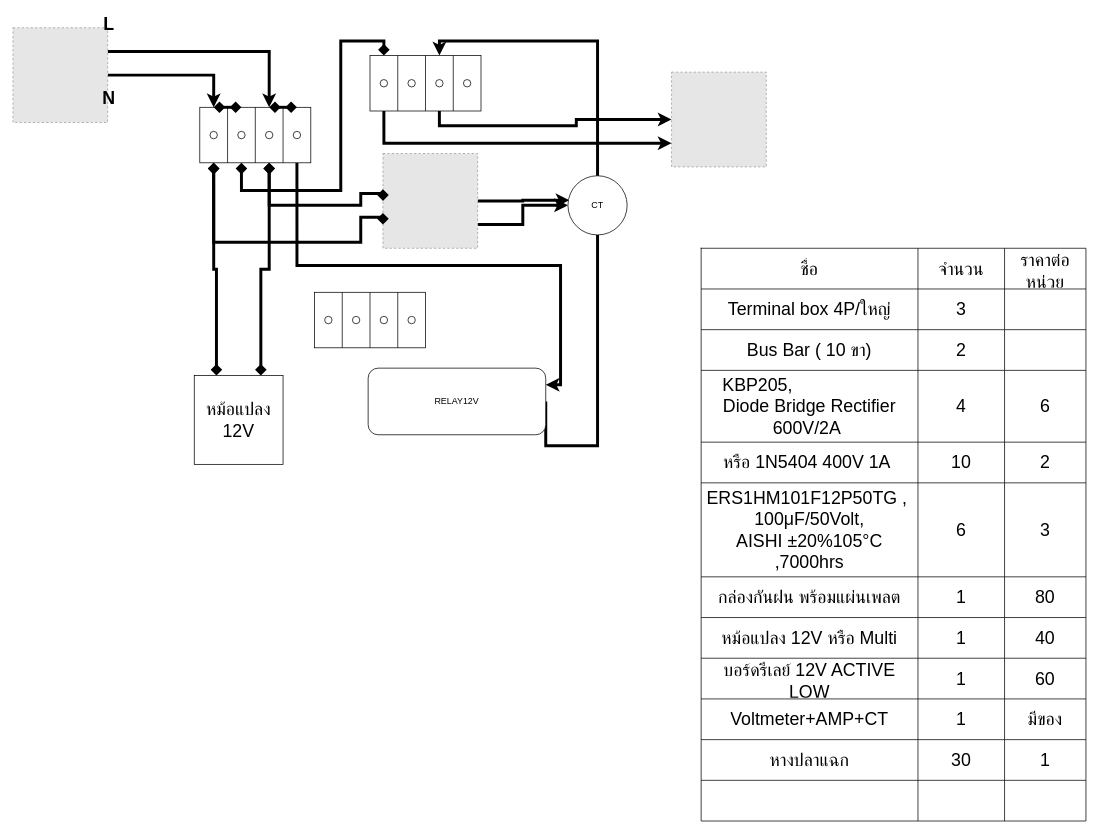
Earlier version of the draw.io diagram pumpcontol.drawio (kpaiboon/diagrams.net). Source tidied: cells renumbered, new cells numbered last; positions are measured from the earlier drawing's top-left corner, leaving out a move shared by most shapes. Both pictures are drawn from the tidied source at 74%, with x=0, y=0 at pixel (13, 13). Pictures stored in the file or linked from it are replaced by grey dashed boxes.
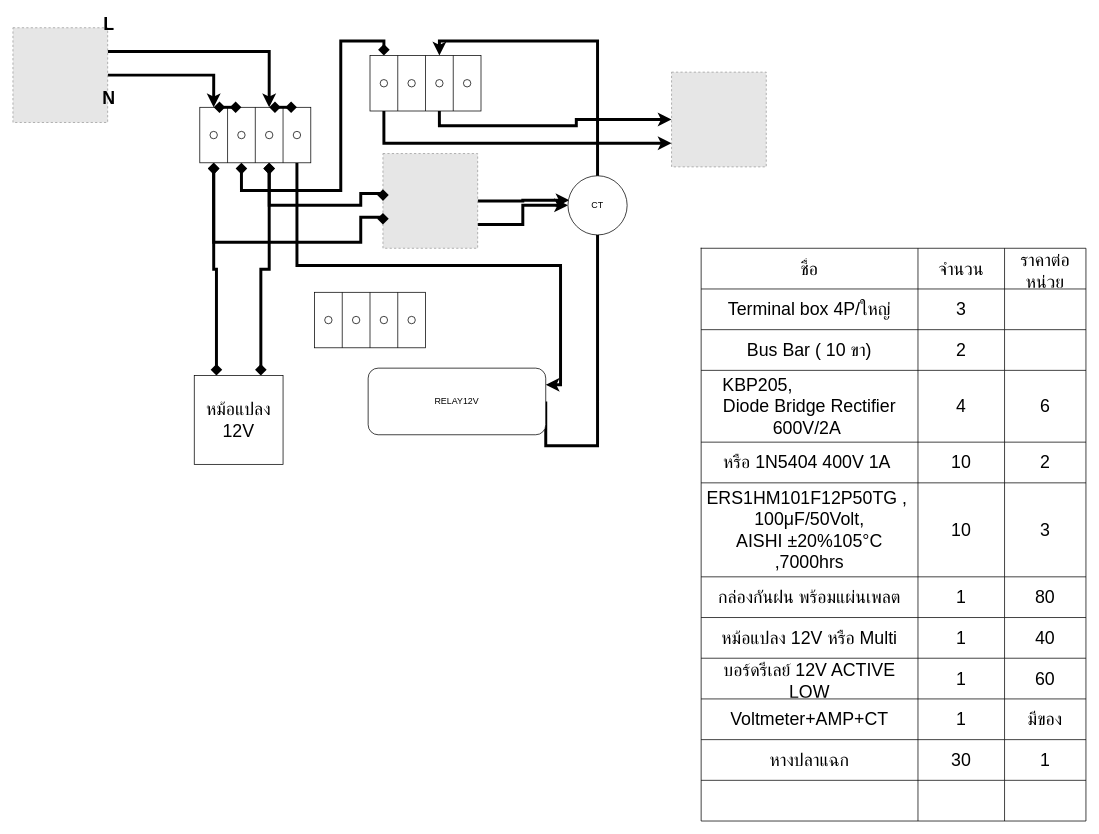
After the change.

The change refers to these unchanged cells:
```xml
<mxCell id="44" style="shape=partialRectangle;fillColor=none;top=0;left=0;bottom=0;right=0;fontSize=24;" parent="23" vertex="1">
  <mxGeometry y="317" width="520" height="127" as="geometry" />
</mxCell>
```

What changed in the source:
```diff
@@
-    <mxCell id="46" value="6" style="shape=partialRectangle;html=1;whiteSpace=wrap;overflow=hidden;fillColor=none;top=0;left=0;bottom=0;right=0;fontSize=24;" parent="44" vertex="1">
+    <mxCell id="46" value="10" style="shape=partialRectangle;html=1;whiteSpace=wrap;overflow=hidden;fillColor=none;top=0;left=0;bottom=0;right=0;fontSize=24;" parent="44" vertex="1">
       <mxGeometry x="293" width="117" height="127" as="geometry" />
     </mxCell>
```
